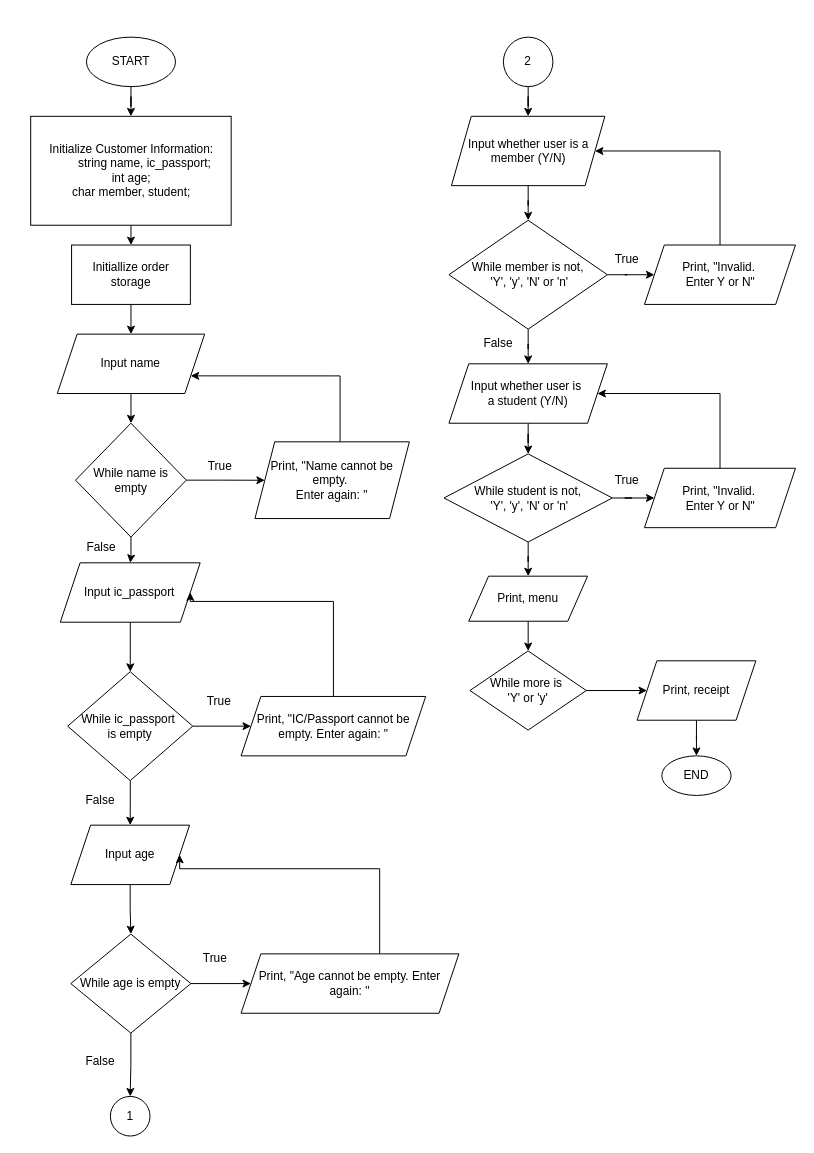
cr0w-l0rd/Restaurant_Ordering_and_Billing_System keeps this draw.io diagram as page "Page-1" (1 of 3) of flowchart_group8_DCSI.drawio. Above is the earlier version. Source tidied: cells renumbered, new cells numbered last; positions are measured from the earlier drawing's top-left corner, leaving out a move shared by most shapes. Both pictures are drawn from the tidied source at 99%, with x=0, y=0 at pixel (31, 37).
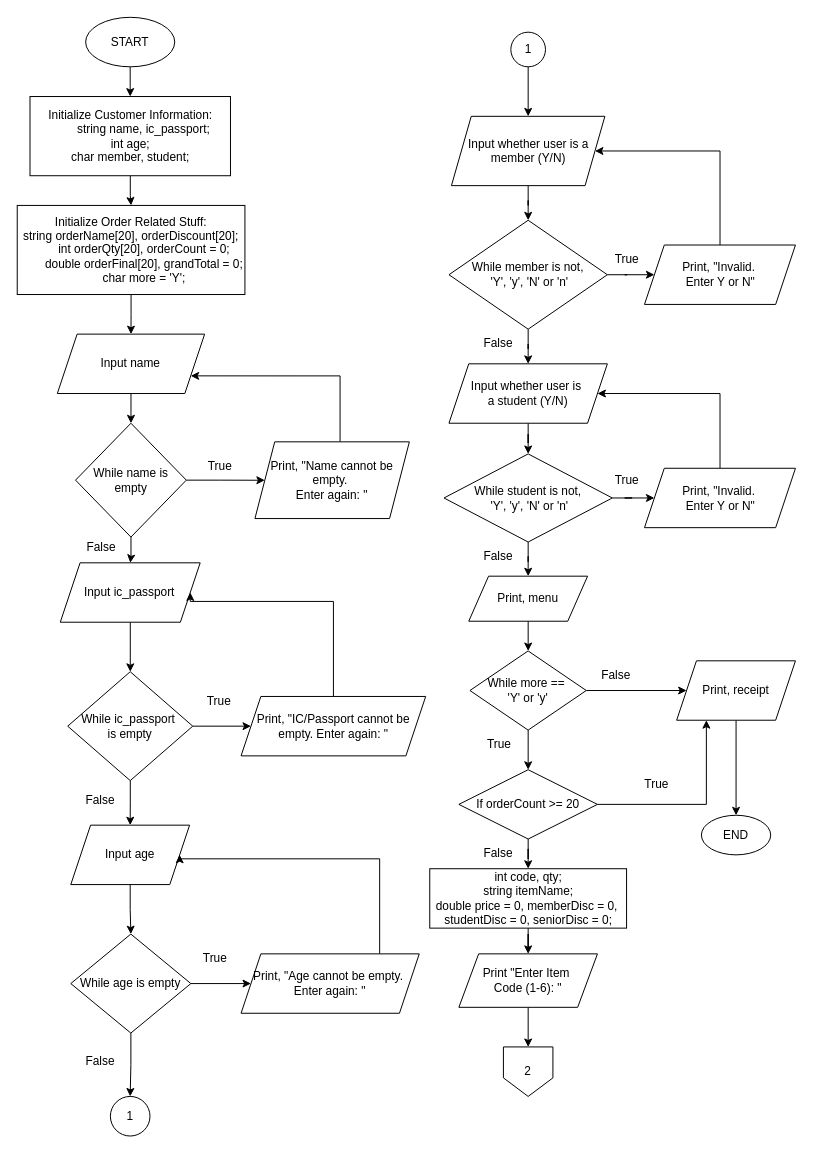
After the change.

Unchanged cells that the change refers to:
```xml
<mxCell id="26" value="Input age" style="shape=parallelogram;perimeter=parallelogramPerimeter;whiteSpace=wrap;html=1;fixedSize=1;" parent="1" vertex="1">
  <mxGeometry x="40" y="796" width="120" height="60" as="geometry" />
</mxCell>
```

The edit, as a diff of the source:
```diff
@@
     <mxCell id="3" value="START" style="ellipse;whiteSpace=wrap;html=1;" parent="1" vertex="1">
-      <mxGeometry x="55.8" width="90" height="50" as="geometry" />
+      <mxGeometry x="55" y="-20" width="90" height="50" as="geometry" />
     </mxCell>
@@
     <mxCell id="5" value="&lt;div&gt;Initialize Customer Information:&lt;/div&gt;&lt;div&gt;&lt;span style=&quot;white-space: normal;&quot;&gt;&lt;span style=&quot;white-space:pre&quot;&gt;&#9;&lt;/span&gt;string name, ic_passport;&lt;/span&gt;&lt;/div&gt;&lt;div&gt;&lt;span style=&quot;background-color: transparent; color: light-dark(rgb(0, 0, 0), rgb(255, 255, 255));&quot;&gt;int age;&lt;/span&gt;&lt;/div&gt;&lt;div&gt;&lt;span style=&quot;background-color: transparent; color: light-dark(rgb(0, 0, 0), rgb(255, 255, 255));&quot;&gt;char member, student;&lt;/span&gt;&lt;/div&gt;" style="rounded=0;whiteSpace=wrap;html=1;align=center;" parent="1" vertex="1">
-      <mxGeometry x="-0.5" y="80" width="202.5" height="110" as="geometry" />
+      <mxGeometry x="-1.2" y="60" width="202.5" height="80" as="geometry" />
     </mxCell>
@@
-    <mxCell id="7" value="Initiallize order storage" style="rounded=0;whiteSpace=wrap;html=1;" parent="1" vertex="1">
-      <mxGeometry x="40.8" y="210" width="120" height="60" as="geometry" />
+    <mxCell id="7" value="&lt;div&gt;Initialize Order Related Stuff:&lt;br&gt;string orderName[20], orderDiscount[20];&lt;/div&gt;&lt;div&gt;&lt;span style=&quot;white-space: normal;&quot;&gt;&lt;span style=&quot;white-space:pre&quot;&gt;&#9;&lt;/span&gt;int orderQty[20], orderCount = 0;&lt;/span&gt;&lt;/div&gt;&lt;div&gt;&lt;span style=&quot;white-space: normal;&quot;&gt;&lt;span style=&quot;white-space:pre&quot;&gt;&#9;&lt;/span&gt;double orderFinal[20], grandTotal = 0;&lt;/span&gt;&lt;/div&gt;&lt;div&gt;&lt;span style=&quot;white-space: normal;&quot;&gt;&lt;span style=&quot;white-space:pre&quot;&gt;&#9;&lt;/span&gt;char more = 'Y';&lt;/span&gt;&lt;/div&gt;" style="rounded=0;whiteSpace=wrap;html=1;" parent="1" vertex="1">
+      <mxGeometry x="-14.1" y="170" width="230" height="90" as="geometry" />
     </mxCell>
@@
     <mxCell id="30" style="edgeStyle=orthogonalEdgeStyle;rounded=0;jettySize=auto;html=1;entryX=1;entryY=0.5;entryDx=0;entryDy=0;" parent="1" edge="1" source="31" target="26">
       <mxGeometry relative="1" as="geometry">
         <Array as="points">
-          <mxPoint x="352" y="840" />
+          <mxPoint x="352" y="830" />
+          <mxPoint x="150" y="830" />
         </Array>
       </mxGeometry>
     </mxCell>
-    <mxCell id="31" value="Print, &quot;Age cannot be empty. Enter again: &quot;" style="shape=parallelogram;perimeter=parallelogramPerimeter;whiteSpace=wrap;html=1;fixedSize=1;" parent="1" vertex="1">
-      <mxGeometry x="212" y="926" width="220" height="60" as="geometry" />
+    <mxCell id="31" value="Print, &quot;Age cannot be empty.&amp;nbsp;&lt;div&gt;Enter again: &quot;&lt;/div&gt;" style="shape=parallelogram;perimeter=parallelogramPerimeter;whiteSpace=wrap;html=1;fixedSize=1;" parent="1" vertex="1">
+      <mxGeometry x="212" y="926" width="180" height="60" as="geometry" />
     </mxCell>
@@
-    <mxCell id="37" value="2" style="ellipse;whiteSpace=wrap;html=1;" parent="1" vertex="1">
-      <mxGeometry x="477" width="50" height="50" as="geometry" />
+    <mxCell id="37" value="1" style="ellipse;whiteSpace=wrap;html=1;" parent="1" vertex="1">
+      <mxGeometry x="484.5" y="-5" width="35" height="35" as="geometry" />
     </mxCell>
@@
+    <mxCell id="62" style="edgeStyle=orthogonalEdgeStyle;rounded=0;jettySize=auto;html=1;" parent="1" edge="1" source="58" target="67">
+      <mxGeometry relative="1" as="geometry" />
+    </mxCell>
-    <mxCell id="58" value="While more is&amp;nbsp;&lt;div&gt;'Y' or 'y'&lt;/div&gt;" style="rhombus;whiteSpace=wrap;html=1;" parent="1" vertex="1">
+    <mxCell id="58" value="While more ==&amp;nbsp;&lt;div&gt;'Y' or 'y'&lt;/div&gt;" style="rhombus;whiteSpace=wrap;html=1;" parent="1" vertex="1">
       <mxGeometry x="443.2" y="620" width="117.5" height="80" as="geometry" />
     </mxCell>
@@
     <mxCell id="60" value="Print, receipt" style="shape=parallelogram;perimeter=parallelogramPerimeter;whiteSpace=wrap;html=1;fixedSize=1;" parent="1" vertex="1">
-      <mxGeometry x="612" y="630" width="120" height="60" as="geometry" />
+      <mxGeometry x="652" y="630" width="120" height="60" as="geometry" />
     </mxCell>
     <mxCell id="61" value="END" style="ellipse;whiteSpace=wrap;html=1;" parent="1" vertex="1">
-      <mxGeometry x="637" y="726" width="70" height="40" as="geometry" />
+      <mxGeometry x="677" y="786" width="70" height="40" as="geometry" />
     </mxCell>
+    <mxCell id="63" value="False" style="text;html=1;whiteSpace=wrap;strokeColor=none;fillColor=none;align=center;verticalAlign=middle;rounded=0;" parent="1" vertex="1">
+      <mxGeometry x="442" y="510" width="60" height="30" as="geometry" />
+    </mxCell>
+    <mxCell id="64" value="False" style="text;html=1;whiteSpace=wrap;strokeColor=none;fillColor=none;align=center;verticalAlign=middle;rounded=0;" parent="1" vertex="1">
+      <mxGeometry x="560.8" y="630" width="60" height="30" as="geometry" />
+    </mxCell>
+    <mxCell id="65" style="edgeStyle=orthogonalEdgeStyle;rounded=0;jettySize=auto;html=1;entryX=0.25;entryY=1;entryDx=0;entryDy=0;" parent="1" edge="1" source="67" target="60">
+      <mxGeometry relative="1" as="geometry" />
+    </mxCell>
+    <mxCell id="66" style="edgeStyle=orthogonalEdgeStyle;rounded=0;jettySize=auto;html=1;" parent="1" edge="1" source="67" target="71">
+      <mxGeometry relative="1" as="geometry" />
+    </mxCell>
+    <mxCell id="67" value="If orderCount &amp;gt;= 20" style="rhombus;whiteSpace=wrap;html=1;" parent="1" vertex="1">
+      <mxGeometry x="432" y="740" width="140" height="70" as="geometry" />
+    </mxCell>
+    <mxCell id="68" value="True" style="text;html=1;whiteSpace=wrap;strokeColor=none;fillColor=none;align=center;verticalAlign=middle;rounded=0;" parent="1" vertex="1">
+      <mxGeometry x="443.2" y="700" width="60" height="30" as="geometry" />
+    </mxCell>
+    <mxCell id="69" value="True" style="text;html=1;whiteSpace=wrap;strokeColor=none;fillColor=none;align=center;verticalAlign=middle;rounded=0;" parent="1" vertex="1">
+      <mxGeometry x="602" y="740" width="60" height="30" as="geometry" />
+    </mxCell>
+    <mxCell id="70" style="edgeStyle=orthogonalEdgeStyle;rounded=0;jettySize=auto;html=1;" parent="1" edge="1" source="71" target="73">
+      <mxGeometry relative="1" as="geometry" />
+    </mxCell>
+    <mxCell id="71" value="&lt;div&gt;int code, qty;&lt;/div&gt;&lt;div&gt;&lt;span style=&quot;background-color: transparent; color: light-dark(rgb(0, 0, 0), rgb(255, 255, 255));&quot;&gt;string itemName;&lt;/span&gt;&lt;/div&gt;&lt;div&gt;&lt;span style=&quot;background-color: transparent; color: light-dark(rgb(0, 0, 0), rgb(255, 255, 255));&quot;&gt;double price = 0, memberDisc = 0,&amp;nbsp;&lt;/span&gt;&lt;/div&gt;&lt;div&gt;&lt;span style=&quot;background-color: transparent; color: light-dark(rgb(0, 0, 0), rgb(255, 255, 255));&quot;&gt;studentDisc = 0, seniorDisc = 0;&lt;/span&gt;&lt;/div&gt;" style="whiteSpace=wrap;html=1;" parent="1" vertex="1">
+      <mxGeometry x="402.6" y="840" width="198.8" height="60" as="geometry" />
+    </mxCell>
+    <mxCell id="72" style="edgeStyle=orthogonalEdgeStyle;rounded=0;jettySize=auto;html=1;" parent="1" edge="1" source="73" target="74">
+      <mxGeometry relative="1" as="geometry" />
+    </mxCell>
+    <mxCell id="73" value="Print &quot;Enter Item&amp;nbsp;&lt;div&gt;Code (1-6): &quot;&lt;/div&gt;" style="shape=parallelogram;perimeter=parallelogramPerimeter;whiteSpace=wrap;html=1;fixedSize=1;" parent="1" vertex="1">
+      <mxGeometry x="432" y="926" width="140" height="54" as="geometry" />
+    </mxCell>
+    <mxCell id="74" value="2" style="shape=offPageConnector;whiteSpace=wrap;html=1;" parent="1" vertex="1">
+      <mxGeometry x="477" y="1020" width="50" height="50" as="geometry" />
+    </mxCell>
+    <mxCell id="75" value="False" style="text;html=1;whiteSpace=wrap;strokeColor=none;fillColor=none;align=center;verticalAlign=middle;rounded=0;" parent="1" vertex="1">
+      <mxGeometry x="442" y="810" width="60" height="30" as="geometry" />
+    </mxCell>
```
